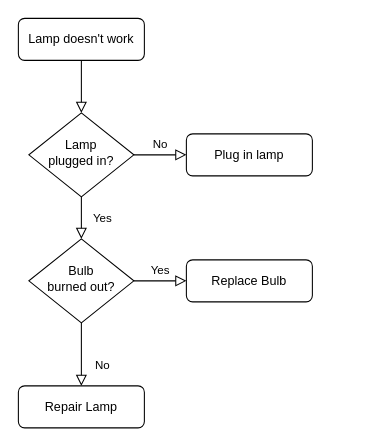
Earlier version of the draw.io diagram 订单流程图.drawio (wdelight/draw.io). Source tidied: cells renumbered, new cells numbered last; positions are measured from the earlier drawing's top-left corner, leaving out a move shared by most shapes. Both pictures are drawn from the tidied source at 105%, with x=0, y=0 at pixel (18, 18).
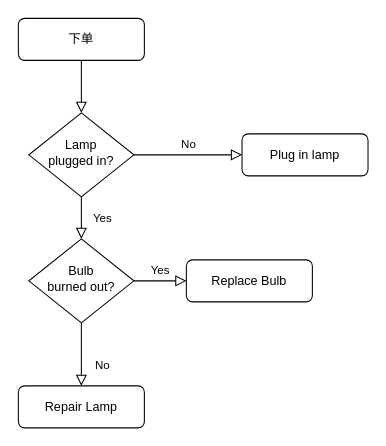
The same page after the edit.

Commit message:
更新订单流程图.drawio

Diff of the diagram source:
```diff
@@
 <mxGraphModel>
   <root>
     <mxCell id="0" />
     <mxCell id="1" parent="0" />
     <mxCell id="2" style="rounded=0;html=1;jettySize=auto;fontSize=11;endArrow=block;endFill=0;endSize=8;strokeWidth=1;shadow=0;labelBackgroundColor=none;edgeStyle=orthogonalEdgeStyle;" parent="1" edge="1" source="3" target="6">
       <mxGeometry relative="1" as="geometry" />
     </mxCell>
-    <mxCell id="3" value="Lamp doesn't work" style="rounded=1;whiteSpace=wrap;html=1;fontSize=12;glass=0;strokeWidth=1;shadow=0;" parent="1" vertex="1">
+    <mxCell id="3" value="下单" style="rounded=1;whiteSpace=wrap;html=1;fontSize=12;glass=0;strokeWidth=1;shadow=0;" parent="1" vertex="1">
       <mxGeometry width="120" height="40" as="geometry" />
     </mxCell>
     <mxCell id="4" value="Yes" style="rounded=0;html=1;jettySize=auto;fontSize=11;endArrow=block;endFill=0;endSize=8;strokeWidth=1;shadow=0;labelBackgroundColor=none;edgeStyle=orthogonalEdgeStyle;" parent="1" edge="1" source="6" target="10">
       <mxGeometry y="20" relative="1" as="geometry" />
     </mxCell>
     <mxCell id="5" value="No" style="edgeStyle=orthogonalEdgeStyle;rounded=0;html=1;jettySize=auto;fontSize=11;endArrow=block;endFill=0;endSize=8;strokeWidth=1;shadow=0;labelBackgroundColor=none;" parent="1" edge="1" source="6" target="7">
       <mxGeometry y="10" relative="1" as="geometry" />
     </mxCell>
     <mxCell id="6" value="Lamp&lt;br&gt;plugged in?" style="rhombus;whiteSpace=wrap;html=1;shadow=0;fontFamily=Helvetica;fontSize=12;align=center;strokeWidth=1;spacing=6;spacingTop=-4;" parent="1" vertex="1">
       <mxGeometry x="10" y="90" width="100" height="80" as="geometry" />
     </mxCell>
     <mxCell id="7" value="Plug in lamp" style="rounded=1;whiteSpace=wrap;html=1;fontSize=12;glass=0;strokeWidth=1;shadow=0;" parent="1" vertex="1">
-      <mxGeometry x="160" y="110" width="120" height="40" as="geometry" />
+      <mxGeometry x="213" y="110" width="120" height="40" as="geometry" />
     </mxCell>
     <mxCell id="8" value="No" style="rounded=0;html=1;jettySize=auto;fontSize=11;endArrow=block;endFill=0;endSize=8;strokeWidth=1;shadow=0;labelBackgroundColor=none;edgeStyle=orthogonalEdgeStyle;" parent="1" edge="1" source="10" target="11">
       <mxGeometry x="0.33" y="20" relative="1" as="geometry" />
     </mxCell>
     <mxCell id="9" value="Yes" style="edgeStyle=orthogonalEdgeStyle;rounded=0;html=1;jettySize=auto;fontSize=11;endArrow=block;endFill=0;endSize=8;strokeWidth=1;shadow=0;labelBackgroundColor=none;" parent="1" edge="1" source="10" target="12">
       <mxGeometry y="10" relative="1" as="geometry" />
     </mxCell>
     <mxCell id="10" value="Bulb&lt;br&gt;burned out?" style="rhombus;whiteSpace=wrap;html=1;shadow=0;fontFamily=Helvetica;fontSize=12;align=center;strokeWidth=1;spacing=6;spacingTop=-4;" parent="1" vertex="1">
       <mxGeometry x="10" y="210" width="100" height="80" as="geometry" />
     </mxCell>
     <mxCell id="11" value="Repair Lamp" style="rounded=1;whiteSpace=wrap;html=1;fontSize=12;glass=0;strokeWidth=1;shadow=0;" parent="1" vertex="1">
       <mxGeometry y="350" width="120" height="40" as="geometry" />
     </mxCell>
     <mxCell id="12" value="Replace Bulb" style="rounded=1;whiteSpace=wrap;html=1;fontSize=12;glass=0;strokeWidth=1;shadow=0;" parent="1" vertex="1">
       <mxGeometry x="160" y="230" width="120" height="40" as="geometry" />
     </mxCell>
   </root>
 </mxGraphModel>
```
